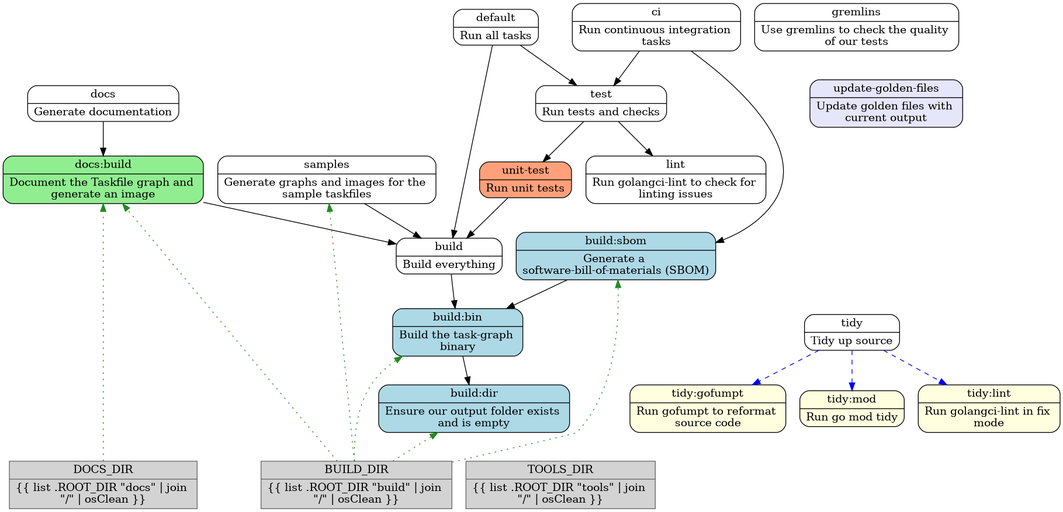
The Graphviz diagram docs/taskfile.png in theunrepentantgeek/task-graph, before a commit. Its source is kept beside it as docs/taskfile.dot.
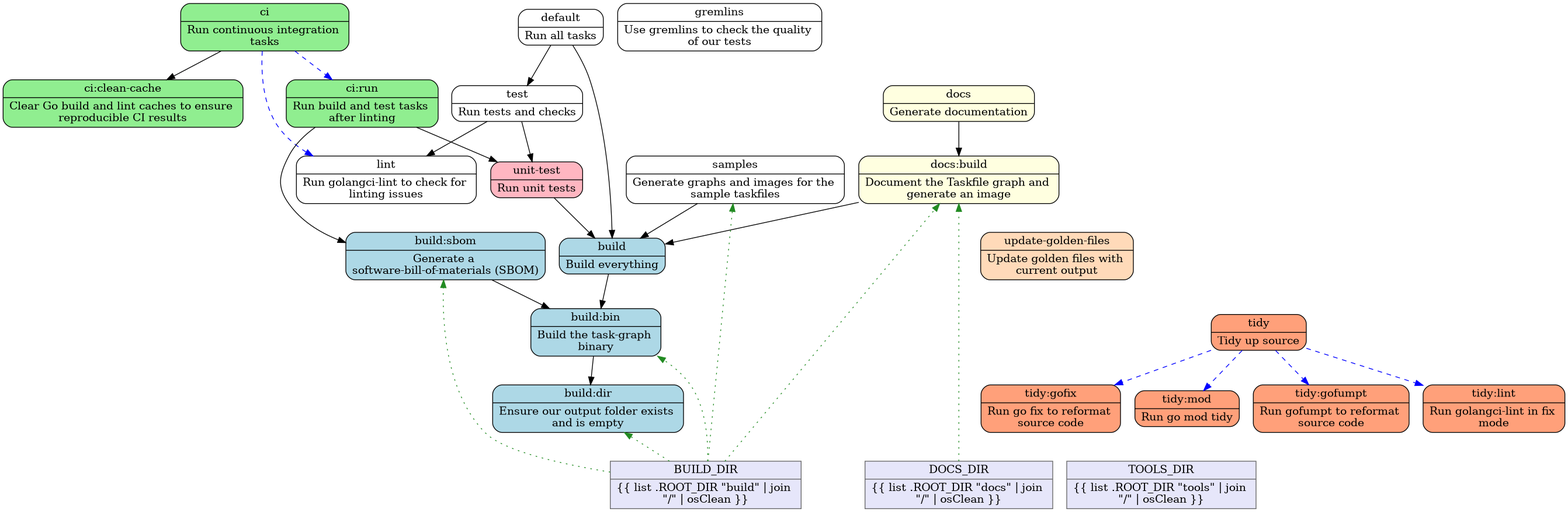
After the commit.

Commit message:
ci: serialize lint before build tasks

Run lint immediately after clearing caches so it cannot race concurrent Go build and test processes over the shared build cache. Regenerate the Taskfile graph documentation.


Copilot-Session: 8e8c61e6-b1fc-45c2-ba65-cb88cefa5fa2

The edit, as a diff of the source:
```diff
@@ -48,15 +48,48 @@
 
   "ci" [
     color="black"
+    fillcolor="lightgreen"
     label="{ci | Run continuous integration \ntasks}"
     shape="Mrecord"
+    style="filled"
   ]
-  "ci" -> "test" [
+  "ci" -> "ci_clean-cache" [
     color="black"
     penwidth="1"
     style="solid"
   ]
-  "ci" -> "build_sbom" [
+  "ci" -> "lint" [
+    color="blue"
+    penwidth="1"
+    style="dashed"
+  ]
+  "ci" -> "ci_run" [
+    color="blue"
+    penwidth="1"
+    style="dashed"
+  ]
+
+  "ci_clean-cache" [
+    color="black"
+    fillcolor="lightgreen"
+    label="{ci:clean-cache | Clear Go build and lint caches to ensure \nreproducible CI results}"
+    shape="Mrecord"
+    style="filled"
+  ]
+
+  "ci_run" [
+    color="black"
+    fillcolor="lightgreen"
+    label="{ci:run | Run build and test tasks \nafter linting}"
+    shape="Mrecord"
+    style="filled"
+  ]
+  "ci_run" -> "unit-test" [
+    color="black"
+    penwidth="1"
+    style="solid"
+  ]
+  "ci_run" -> "build_sbom" [
     color="black"
     penwidth="1"
     style="solid"
@@ -80,7 +113,7 @@
 
   "docs" [
     color="black"
-    fillcolor="lightgreen"
+    fillcolor="lightyellow"
     label="{docs | Generate documentation}"
     shape="Mrecord"
     style="filled"
@@ -93,7 +126,7 @@
 
   "docs_build" [
     color="black"
-    fillcolor="lightgreen"
+    fillcolor="lightyellow"
     label="{docs:build | Document the Taskfile graph and \ngenerate an image}"
     shape="Mrecord"
     style="filled"
@@ -145,17 +178,22 @@
 
   "tidy" [
     color="black"
-    fillcolor="lightyellow"
+    fillcolor="lightsalmon"
     label="{tidy | Tidy up source}"
     shape="Mrecord"
     style="filled"
   ]
-  "tidy" -> "tidy_gofumpt" [
+  "tidy" -> "tidy_gofix" [
     color="blue"
     penwidth="1"
     style="dashed"
   ]
   "tidy" -> "tidy_mod" [
+    color="blue"
+    penwidth="1"
+    style="dashed"
+  ]
+  "tidy" -> "tidy_gofumpt" [
     color="blue"
     penwidth="1"
     style="dashed"
@@ -166,9 +204,17 @@
     style="dashed"
   ]
 
+  "tidy_gofix" [
+    color="black"
+    fillcolor="lightsalmon"
+    label="{tidy:gofix | Run go fix to reformat \nsource code}"
+    shape="Mrecord"
+    style="filled"
+  ]
+
   "tidy_gofumpt" [
     color="black"
-    fillcolor="lightyellow"
+    fillcolor="lightsalmon"
     label="{tidy:gofumpt | Run gofumpt to reformat \nsource code}"
     shape="Mrecord"
     style="filled"
@@ -176,7 +222,7 @@
 
   "tidy_lint" [
     color="black"
-    fillcolor="lightyellow"
+    fillcolor="lightsalmon"
     label="{tidy:lint | Run golangci-lint in fix \nmode}"
     shape="Mrecord"
     style="filled"
@@ -184,7 +230,7 @@
 
   "tidy_mod" [
     color="black"
-    fillcolor="lightyellow"
+    fillcolor="lightsalmon"
     label="{tidy:mod | Run go mod tidy}"
     shape="Mrecord"
     style="filled"
@@ -192,7 +238,7 @@
 
   "unit-test" [
     color="black"
-    fillcolor="lightsalmon"
+    fillcolor="lightpink"
     label="{unit-test | Run unit tests}"
     shape="Mrecord"
     style="filled"
@@ -205,7 +251,7 @@
 
   "update-golden-files" [
     color="black"
-    fillcolor="lavender"
+    fillcolor="peachpuff"
     label="{update-golden-files | Update golden files with \ncurrent output}"
     shape="Mrecord"
     style="filled"
@@ -213,7 +259,7 @@
 
   "var_BUILD_DIR" [
     color="#666666"
-    fillcolor="lightgray"
+    fillcolor="lavender"
     label="{BUILD_DIR | \{\{ list .ROOT_DIR \"build\" \| join \n\"/\" \| osClean \}\}}"
     shape="record"
     style="filled"
@@ -246,7 +292,7 @@
 
   "var_DOCS_DIR" [
     color="#666666"
-    fillcolor="lightgray"
+    fillcolor="lavender"
     label="{DOCS_DIR | \{\{ list .ROOT_DIR \"docs\" \| join \n\"/\" \| osClean \}\}}"
     shape="record"
     style="filled"
@@ -259,7 +305,7 @@
 
   "var_TOOLS_DIR" [
     color="#666666"
-    fillcolor="lightgray"
+    fillcolor="lavender"
     label="{TOOLS_DIR | \{\{ list .ROOT_DIR \"tools\" \| join \n\"/\" \| osClean \}\}}"
     shape="record"
     style="filled"
```
